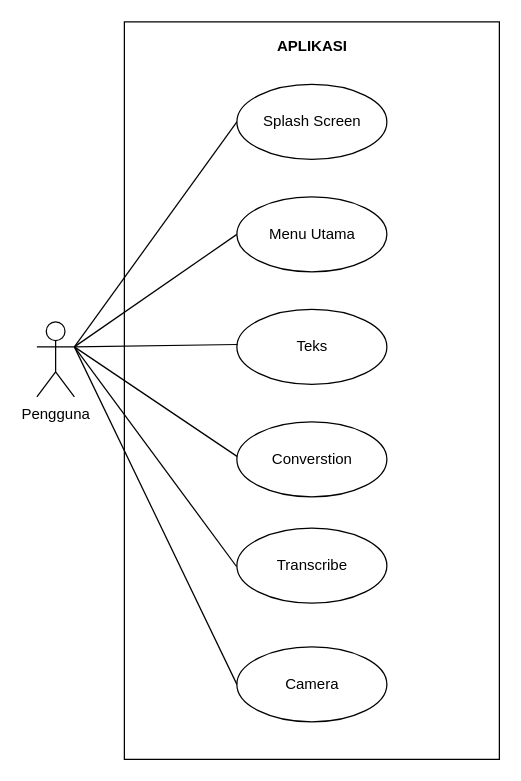
This is Untitled Diagram.drawio from MuhammadFahril45/wpu-belajar, a draw.io file, before an edit. Source tidied: cells renumbered, new cells numbered last; positions are measured from the earlier drawing's top-left corner, leaving out a move shared by most shapes. Both pictures are drawn from the tidied source at 125%, with x=0, y=0 at pixel (-58, 34).
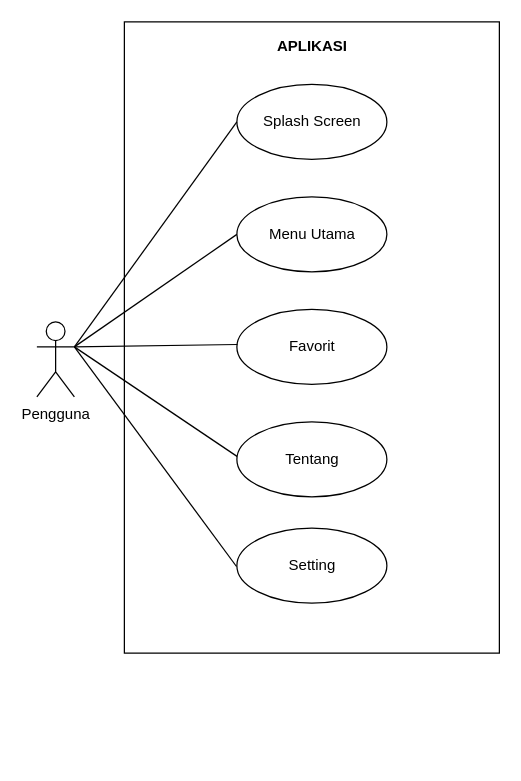
The same diagram, later.

The edit, as a diff of the source:
```diff
@@
+    <mxCell id="23" style="group;" parent="1" vertex="1">
+      <mxGeometry x="75" y="-10" width="370" height="505" as="geometry" />
+    </mxCell>
-    <mxCell id="2" style="verticalLabelPosition=bottom;verticalAlign=top;html=1;shape=mxgraph.basic.rect;fillColor2=none;strokeWidth=1;size=20;indent=5;labelBackgroundColor=#FFFFFF;labelBorderColor=none;rotation=90;" parent="1" vertex="1">
-      <mxGeometry y="135" width="590" height="300" as="geometry" />
+    <mxCell id="2" style="verticalLabelPosition=bottom;verticalAlign=top;html=1;shape=mxgraph.basic.rect;fillColor2=none;strokeWidth=1;size=20;indent=5;labelBackgroundColor=#FFFFFF;labelBorderColor=none;rotation=90;" parent="23" vertex="1">
+      <mxGeometry x="-32.5" y="102.5" width="505" height="300" as="geometry" />
     </mxCell>
-    <mxCell id="3" value="Pengguna" style="shape=umlActor;verticalLabelPosition=bottom;verticalAlign=top;html=1;outlineConnect=0;" parent="1" vertex="1">
-      <mxGeometry x="75" y="230" width="30" height="60" as="geometry" />
+    <mxCell id="3" value="Pengguna" style="shape=umlActor;verticalLabelPosition=bottom;verticalAlign=top;html=1;outlineConnect=0;" parent="23" vertex="1">
+      <mxGeometry y="240" width="30" height="60" as="geometry" />
     </mxCell>
-    <mxCell id="4" value="APLIKASI" style="text;html=1;align=center;verticalAlign=middle;fillColor=none;strokeColor=none;rounded=0;fontStyle=1;" parent="1" vertex="1">
-      <mxGeometry x="260" width="70" height="20" as="geometry" />
+    <mxCell id="4" value="APLIKASI" style="text;html=1;align=center;verticalAlign=middle;fillColor=none;strokeColor=none;rounded=0;fontStyle=1;" parent="23" vertex="1">
+      <mxGeometry x="185" y="10" width="70" height="20" as="geometry" />
     </mxCell>
-    <mxCell id="5" style="ellipse;whiteSpace=wrap;html=1;" parent="1" vertex="1">
-      <mxGeometry x="235" y="40" width="120" height="60" as="geometry" />
+    <mxCell id="5" style="ellipse;whiteSpace=wrap;html=1;" parent="23" vertex="1">
+      <mxGeometry x="160" y="50" width="120" height="60" as="geometry" />
     </mxCell>
-    <mxCell id="6" style="ellipse;whiteSpace=wrap;html=1;" parent="1" vertex="1">
-      <mxGeometry x="235" y="130" width="120" height="60" as="geometry" />
+    <mxCell id="6" style="ellipse;whiteSpace=wrap;html=1;" parent="23" vertex="1">
+      <mxGeometry x="160" y="140" width="120" height="60" as="geometry" />
     </mxCell>
-    <mxCell id="7" value="Splash Screen" style="text;html=1;align=center;verticalAlign=middle;fillColor=none;strokeColor=none;rounded=0;fontStyle=0;" parent="1" vertex="1">
-      <mxGeometry x="250" y="60" width="90" height="20" as="geometry" />
+    <mxCell id="7" value="Splash Screen" style="text;html=1;align=center;verticalAlign=middle;fillColor=none;strokeColor=none;rounded=0;fontStyle=0;" parent="23" vertex="1">
+      <mxGeometry x="175" y="70" width="90" height="20" as="geometry" />
     </mxCell>
-    <mxCell id="8" value="Menu Utama" style="text;html=1;align=center;verticalAlign=middle;fillColor=none;strokeColor=none;rounded=0;fontStyle=0;" parent="1" vertex="1">
-      <mxGeometry x="255" y="150" width="80" height="20" as="geometry" />
+    <mxCell id="8" value="Menu Utama" style="text;html=1;align=center;verticalAlign=middle;fillColor=none;strokeColor=none;rounded=0;fontStyle=0;" parent="23" vertex="1">
+      <mxGeometry x="180" y="160" width="80" height="20" as="geometry" />
     </mxCell>
-    <mxCell id="9" style="ellipse;whiteSpace=wrap;html=1;" parent="1" vertex="1">
-      <mxGeometry x="235" y="220" width="120" height="60" as="geometry" />
+    <mxCell id="9" style="ellipse;whiteSpace=wrap;html=1;" parent="23" vertex="1">
+      <mxGeometry x="160" y="230" width="120" height="60" as="geometry" />
     </mxCell>
-    <mxCell id="10" value="Teks" style="text;html=1;align=center;verticalAlign=middle;fillColor=none;strokeColor=none;rounded=0;fontStyle=0;" parent="1" vertex="1">
-      <mxGeometry x="275" y="240" width="40" height="20" as="geometry" />
+    <mxCell id="10" value="Favorit" style="text;html=1;align=center;verticalAlign=middle;fillColor=none;strokeColor=none;rounded=0;fontStyle=0;" parent="23" vertex="1">
+      <mxGeometry x="195" y="250" width="50" height="20" as="geometry" />
     </mxCell>
-    <mxCell id="11" style="endArrow=none;html=1;rounded=0;entryX=0;entryY=0.5;entryDx=0;entryDy=0;exitX=1;exitY=0.3333333333333333;exitDx=0;exitDy=0;exitPerimeter=0;" parent="1" edge="1" source="3" target="5">
+    <mxCell id="11" style="endArrow=none;html=1;rounded=0;entryX=0;entryY=0.5;entryDx=0;entryDy=0;exitX=1;exitY=0.3333333333333333;exitDx=0;exitDy=0;exitPerimeter=0;" parent="23" edge="1" source="3" target="5">
       <mxGeometry relative="1" as="geometry" />
     </mxCell>
-    <mxCell id="12" style="endArrow=none;html=1;rounded=0;exitX=1;exitY=0.3333333333333333;exitDx=0;exitDy=0;exitPerimeter=0;entryX=0;entryY=0.5;entryDx=0;entryDy=0;" parent="1" edge="1" source="3" target="6">
+    <mxCell id="12" style="endArrow=none;html=1;rounded=0;exitX=1;exitY=0.3333333333333333;exitDx=0;exitDy=0;exitPerimeter=0;entryX=0;entryY=0.5;entryDx=0;entryDy=0;" parent="23" edge="1" source="3" target="6">
       <mxGeometry relative="1" as="geometry" />
     </mxCell>
-    <mxCell id="13" style="endArrow=none;html=1;rounded=0;entryX=0.598;entryY=0.759;entryDx=0;entryDy=0;entryPerimeter=0;" parent="1" edge="1">
+    <mxCell id="13" style="endArrow=none;html=1;rounded=0;entryX=0.598;entryY=0.759;entryDx=0;entryDy=0;entryPerimeter=0;" parent="23" edge="1">
       <mxGeometry relative="1" as="geometry">
-        <mxPoint x="105" y="250" as="sourcePoint" />
-        <mxPoint x="235.4" y="337.8" as="targetPoint" />
+        <mxPoint x="30" y="260" as="sourcePoint" />
+        <mxPoint x="160.4" y="347.8" as="targetPoint" />
       </mxGeometry>
     </mxCell>
-    <mxCell id="14" style="ellipse;whiteSpace=wrap;html=1;" parent="1" vertex="1">
-      <mxGeometry x="235" y="310" width="120" height="60" as="geometry" />
+    <mxCell id="14" style="ellipse;whiteSpace=wrap;html=1;" parent="23" vertex="1">
+      <mxGeometry x="160" y="320" width="120" height="60" as="geometry" />
     </mxCell>
-    <mxCell id="15" value="Converstion" style="text;html=1;align=center;verticalAlign=middle;fillColor=none;strokeColor=none;rounded=0;fontStyle=0;" parent="1" vertex="1">
-      <mxGeometry x="255" y="330" width="80" height="20" as="geometry" />
+    <mxCell id="15" value="Tentang" style="text;html=1;align=center;verticalAlign=middle;fillColor=none;strokeColor=none;rounded=0;fontStyle=0;" parent="23" vertex="1">
+      <mxGeometry x="190" y="340" width="60" height="20" as="geometry" />
     </mxCell>
-    <mxCell id="16" style="ellipse;whiteSpace=wrap;html=1;" parent="1" vertex="1">
-      <mxGeometry x="235" y="395" width="120" height="60" as="geometry" />
+    <mxCell id="16" style="ellipse;whiteSpace=wrap;html=1;" parent="23" vertex="1">
+      <mxGeometry x="160" y="405" width="120" height="60" as="geometry" />
     </mxCell>
-    <mxCell id="17" value="Transcribe" style="text;html=1;align=center;verticalAlign=middle;fillColor=none;strokeColor=none;rounded=0;fontStyle=0;" parent="1" vertex="1">
-      <mxGeometry x="260" y="415" width="70" height="20" as="geometry" />
+    <mxCell id="17" value="Setting" style="text;html=1;align=center;verticalAlign=middle;fillColor=none;strokeColor=none;rounded=0;fontStyle=0;" parent="23" vertex="1">
+      <mxGeometry x="195" y="425" width="50" height="20" as="geometry" />
     </mxCell>
-    <mxCell id="18" style="ellipse;whiteSpace=wrap;html=1;" parent="1" vertex="1">
-      <mxGeometry x="235" y="490" width="120" height="60" as="geometry" />
-    </mxCell>
-    <mxCell id="19" value="Camera" style="text;html=1;align=center;verticalAlign=middle;fillColor=none;strokeColor=none;rounded=0;fontStyle=0;" parent="1" vertex="1">
-      <mxGeometry x="265" y="510" width="60" height="20" as="geometry" />
-    </mxCell>
-    <mxCell id="20" style="endArrow=none;html=1;rounded=0;entryX=0.446;entryY=0.759;entryDx=0;entryDy=0;entryPerimeter=0;" parent="1" edge="1">
+    <mxCell id="20" style="endArrow=none;html=1;rounded=0;entryX=0.446;entryY=0.759;entryDx=0;entryDy=0;entryPerimeter=0;" parent="23" edge="1">
       <mxGeometry relative="1" as="geometry">
-        <mxPoint x="105" y="250" as="sourcePoint" />
-        <mxPoint x="235.4" y="248.1" as="targetPoint" />
+        <mxPoint x="30" y="260" as="sourcePoint" />
+        <mxPoint x="160.4" y="258.1" as="targetPoint" />
       </mxGeometry>
     </mxCell>
-    <mxCell id="21" style="endArrow=none;html=1;rounded=0;entryX=0.747;entryY=0.762;entryDx=0;entryDy=0;entryPerimeter=0;" parent="1" edge="1">
+    <mxCell id="21" style="endArrow=none;html=1;rounded=0;entryX=0.747;entryY=0.762;entryDx=0;entryDy=0;entryPerimeter=0;" parent="23" edge="1">
       <mxGeometry relative="1" as="geometry">
-        <mxPoint x="105" y="250" as="sourcePoint" />
-        <mxPoint x="234.7" y="425.7" as="targetPoint" />
+        <mxPoint x="30" y="260" as="sourcePoint" />
+        <mxPoint x="159.7" y="435.7" as="targetPoint" />
       </mxGeometry>
     </mxCell>
-    <mxCell id="22" style="endArrow=none;html=1;rounded=0;exitX=1;exitY=0.3333333333333333;exitDx=0;exitDy=0;exitPerimeter=0;entryX=0;entryY=0.5;entryDx=0;entryDy=0;" parent="1" edge="1" source="3" target="18">
-      <mxGeometry relative="1" as="geometry" />
-    </mxCell>
```
